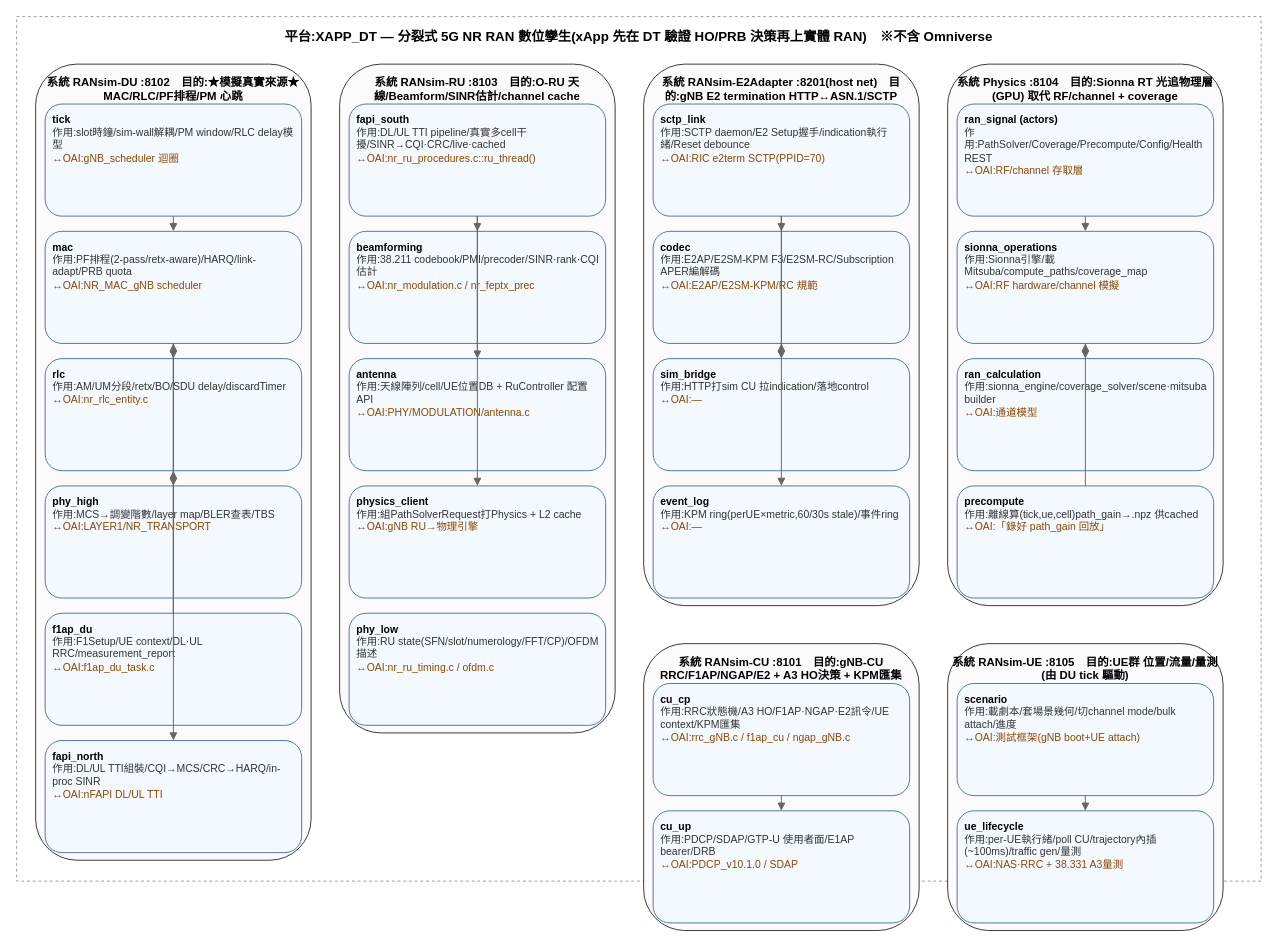
Above: page "DT RAN 元件圖" (1 of 2) of docs/architecture/dt_ran.drawio in kimOuO/RAN-sim-OAI (draw.io), before the change. Source tidied: cells renumbered, new cells numbered last; positions are measured from the earlier drawing's top-left corner, leaving out a move shared by most shapes. Both pictures are drawn from the tidied source at 95%, with x=0, y=0 at pixel (16, 16).
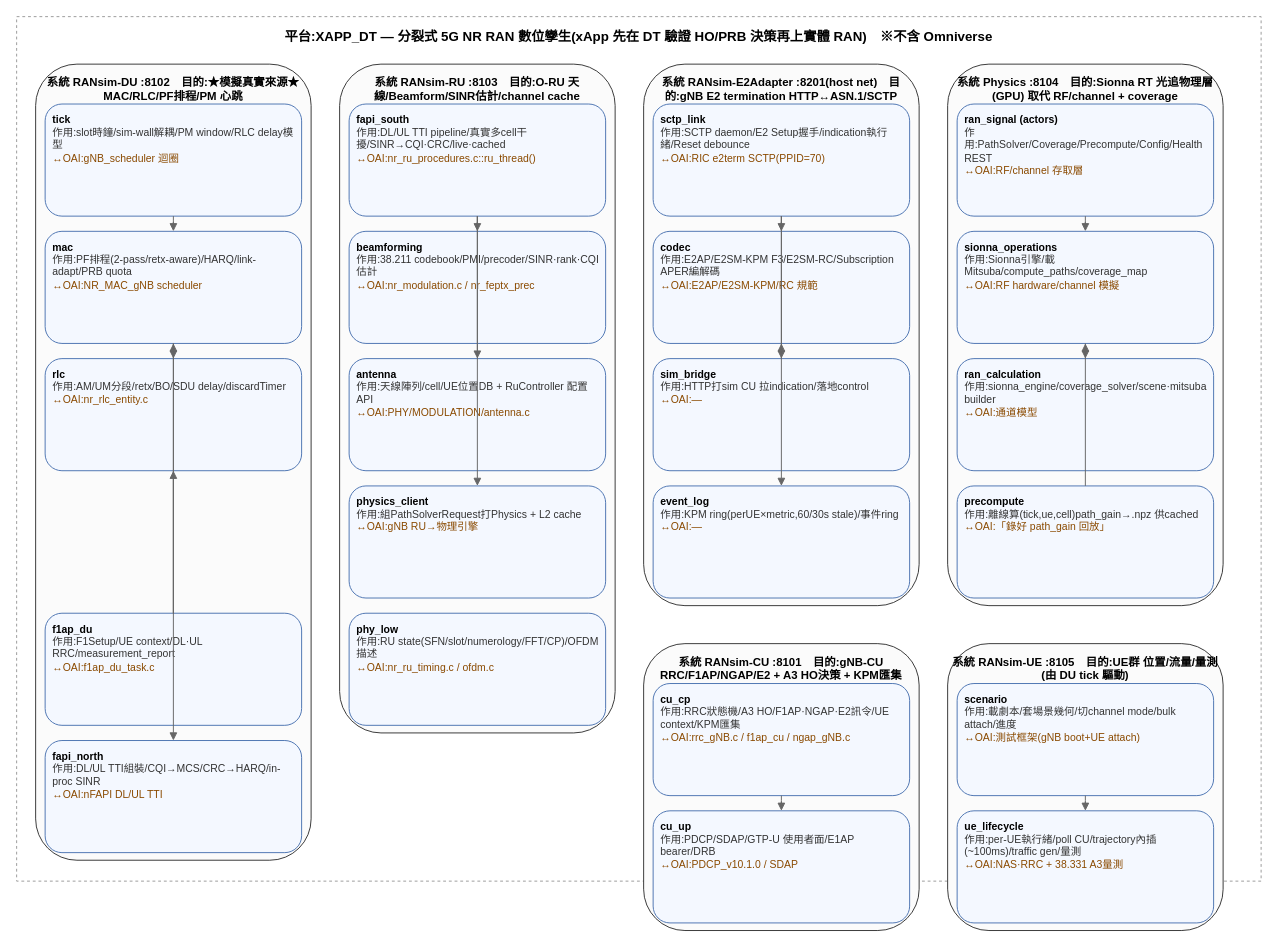
The same page after the edit.

The change refers to these unchanged cells:
```xml
<mxCell id="5" value="&lt;b&gt;mac&lt;/b&gt;&lt;br&gt;&lt;font color='#333'&gt;作用:PF排程(2-pass/retx-aware)/HARQ/link-adapt/PRB quota&lt;/font&gt;&lt;br&gt;&lt;font color='#8a4a00'&gt;↔OAI:NR_MAC_gNB scheduler&lt;/font&gt;" style="rounded=1;whiteSpace=wrap;html=1;verticalAlign=top;align=left;spacingLeft=6;spacingRight=6;spacingTop=4;fontSize=11;fillColor=#F4F8FF;strokeColor=#4A72B0;" parent="1" vertex="1">
  <mxGeometry x="30" y="226" width="270" height="118" as="geometry" />
</mxCell>
```

The edit, as a diff of the source:
```diff
@@
-    <mxCell id="7" value="&lt;b&gt;phy_high&lt;/b&gt;&lt;br&gt;&lt;font color='#333'&gt;作用:MCS→調變階數/layer map/BLER查表/TBS&lt;/font&gt;&lt;br&gt;&lt;font color='#8a4a00'&gt;↔OAI:LAYER1/NR_TRANSPORT&lt;/font&gt;" style="rounded=1;whiteSpace=wrap;html=1;verticalAlign=top;align=left;spacingLeft=6;spacingRight=6;spacingTop=4;fontSize=11;fillColor=#F4F8FF;strokeColor=#4A72B0;" parent="1" vertex="1">
-      <mxGeometry x="30" y="494" width="270" height="118" as="geometry" />
-    </mxCell>
@@
-    <mxCell id="12" style="edgeStyle=orthogonalEdgeStyle;rounded=1;html=1;endArrow=block;strokeColor=#666;" parent="1" edge="1" source="5" target="7">
-      <mxGeometry relative="1" as="geometry" />
-    </mxCell>
```
